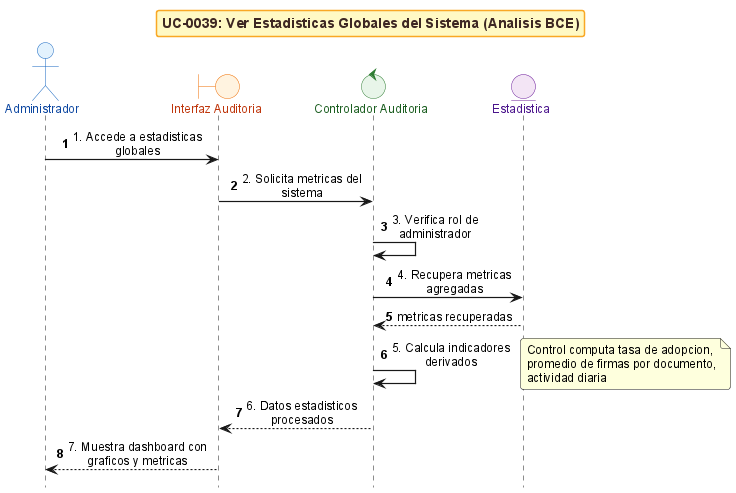
Above: anexos/diagramas/seq-bce-uc0039-global-stats.png in ErDeivih/DocumentChain (PlantUML), before the change. Its diagram source:
```plantuml
@startuml
!include _sequence-bce-style.puml

title UC-0039: Ver Estadisticas Globales del Sistema (Analisis BCE)

actor "Administrador" as Admin
boundary "Interfaz Auditoria" as BF
control "Controlador Auditoria" as CS
entity "Estadistica" as ES


Admin -> BF : 1. Accede a estadisticas globales
BF -> CS : 2. Solicita metricas del sistema
CS -> CS : 3. Verifica rol de administrador

CS -> ES : 4. Recupera metricas agregadas
ES --> CS : metricas recuperadas

CS -> CS : 5. Calcula indicadores derivados
note right : Control computa tasa de adopcion, promedio de firmas por documento, actividad diaria

CS --> BF : 6. Datos estadisticos procesados
BF --> Admin : 7. Muestra dashboard con graficos y metricas

@enduml
```
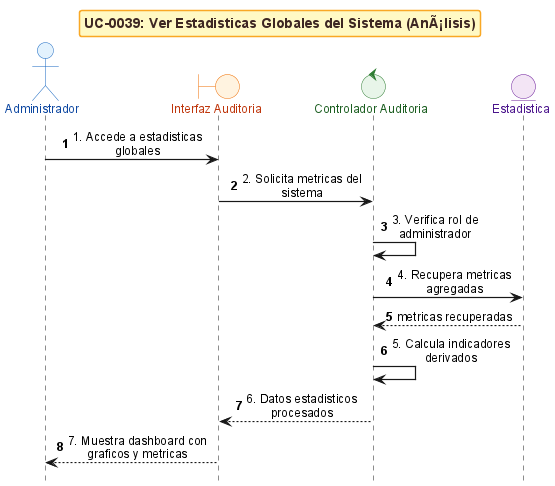
The same file after the commit.

The edit, as a diff of the source:
```diff
@@ -1,7 +1,7 @@
 @startuml
 !include _sequence-bce-style.puml
 
-title UC-0039: Ver Estadisticas Globales del Sistema (Analisis BCE)
+title UC-0039: Ver Estadisticas Globales del Sistema (AnÃ¡lisis)
 
 actor "Administrador" as Admin
 boundary "Interfaz Auditoria" as BF
@@ -17,7 +17,6 @@
 ES --> CS : metricas recuperadas
 
 CS -> CS : 5. Calcula indicadores derivados
-note right : Control computa tasa de adopcion, promedio de firmas por documento, actividad diaria
 
 CS --> BF : 6. Datos estadisticos procesados
 BF --> Admin : 7. Muestra dashboard con graficos y metricas
```
